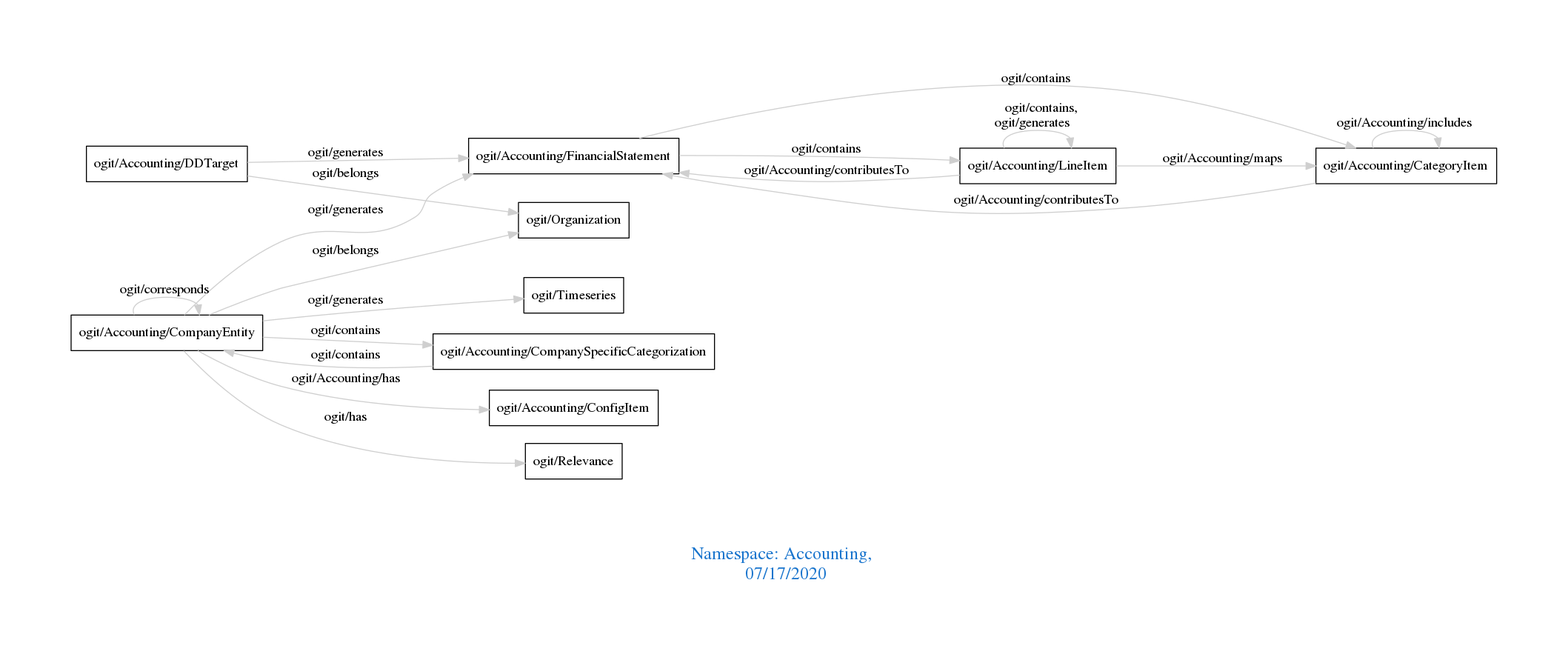
This is downloads/Accounting.png from arago/OGIT, a Graphviz export, as it was before one commit. Its source is kept beside it as downloads/Accounting.dot.
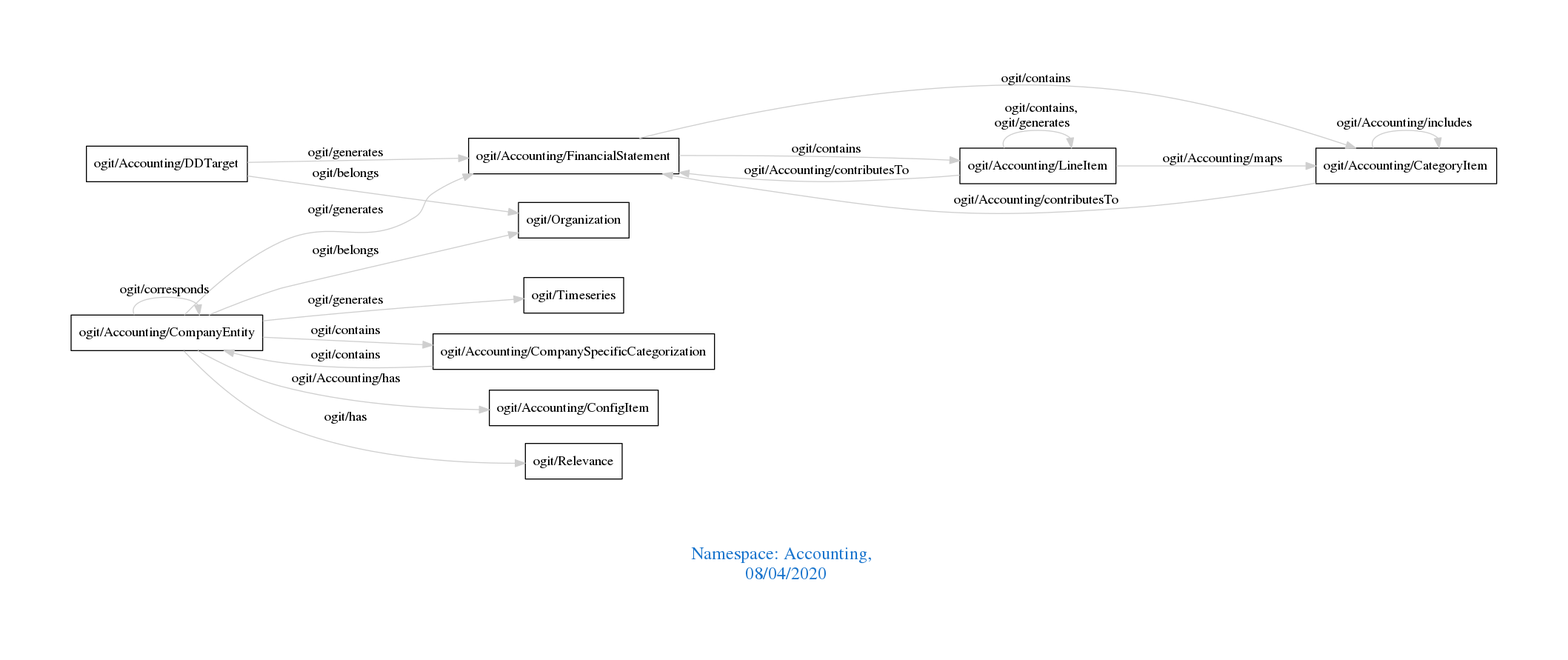
The same diagram one commit later.

The edit, as a diff of the source:
```diff
@@ -1,7 +1,7 @@
 digraph OGIT_ontology {
  graph [ rankdir= LR,pad=1
 fontsize = 18,
-fontcolor= dodgerblue3,label = "\n\n\nNamespace: Accounting, \n 07/17/2020"];
+fontcolor= dodgerblue3,label = "\n\n\nNamespace: Accounting, \n 08/04/2020"];
 node[shape=polygon];
 edge [  color="gray81"];
 
```
